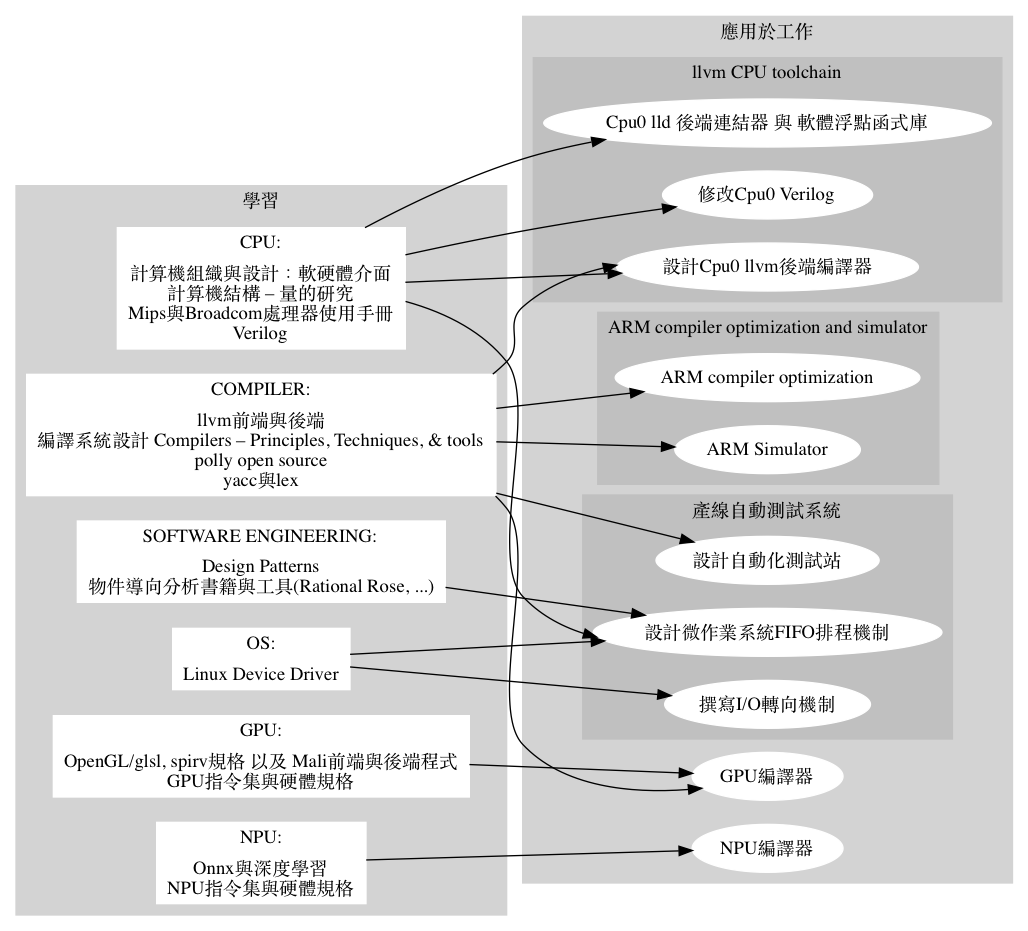
The Graphviz diagram images/study_and_apply_ch1.png in Jonathan2251/ws, before a commit. Its source is kept beside it as images/study_and_apply_ch1.gv.
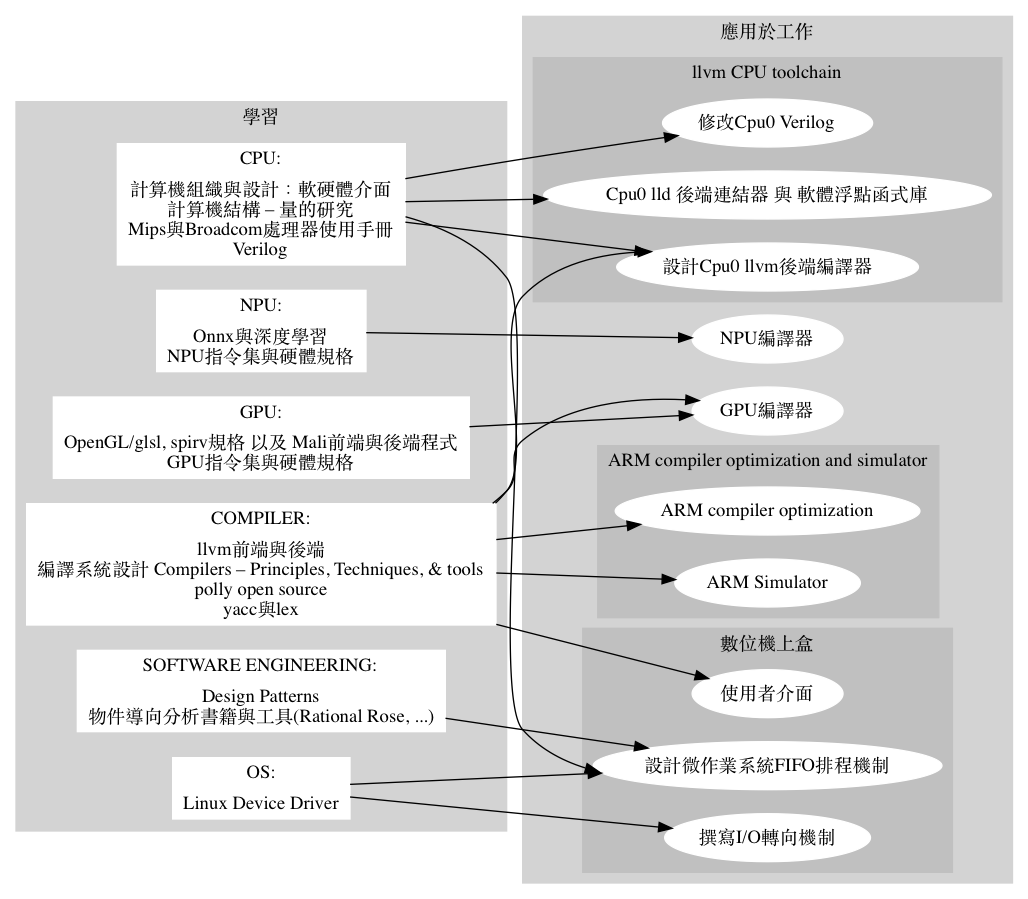
After the commit.

What changed in the source:
```diff
@@ -34,9 +34,9 @@
     node [style=filled,color=white]; npucompiler [label="NPU編譯器"];
     subgraph cluster_1_3 {
       color=gray;
-      label = "產線自動測試系統";
+      label = "數位機上盒";
       node [style=filled,color=white]; tinyos [label="設計微作業系統FIFO排程機制"];
-      node [style=filled,color=white]; teststation [label="設計自動化測試站"];
+      node [style=filled,color=white]; ui [label="使用者介面"];
       node [style=filled,color=white]; io [label="撰寫I/O轉向機制"];
     }
   }
@@ -50,7 +50,7 @@
   COMPILER -> gpucompiler;
   COMPILER -> armopt;
   COMPILER -> armsim;
-  COMPILER -> teststation;
+  COMPILER -> ui;
   OS -> tinyos;
   OS -> io;
   "SOFTWARE ENGINEERING" -> tinyos;
```
